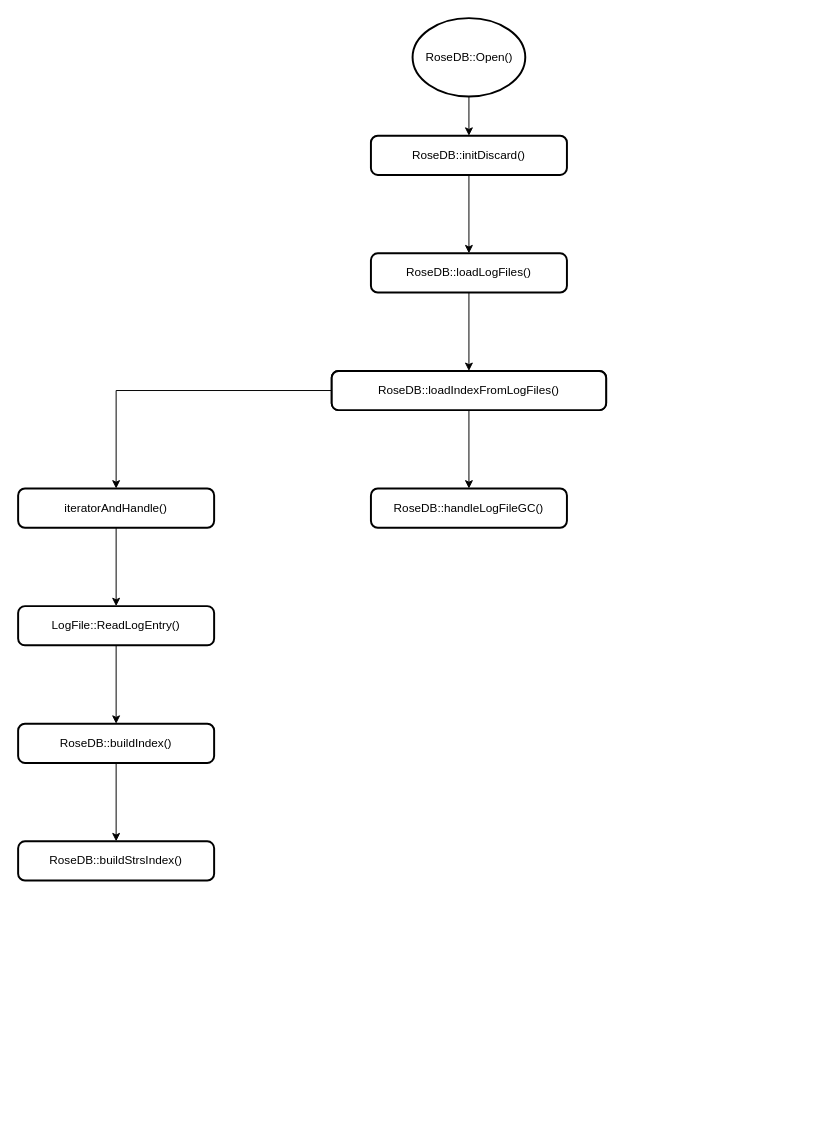
Above: leveldb/rosedb_start.drawio in zll600/pictures (draw.io), before the change. Source tidied: cells renumbered, new cells numbered last; positions are measured from the earlier drawing's top-left corner, leaving out a move shared by most shapes. Both pictures are drawn from the tidied source at 98%, with x=0, y=0 at pixel (18, 18).
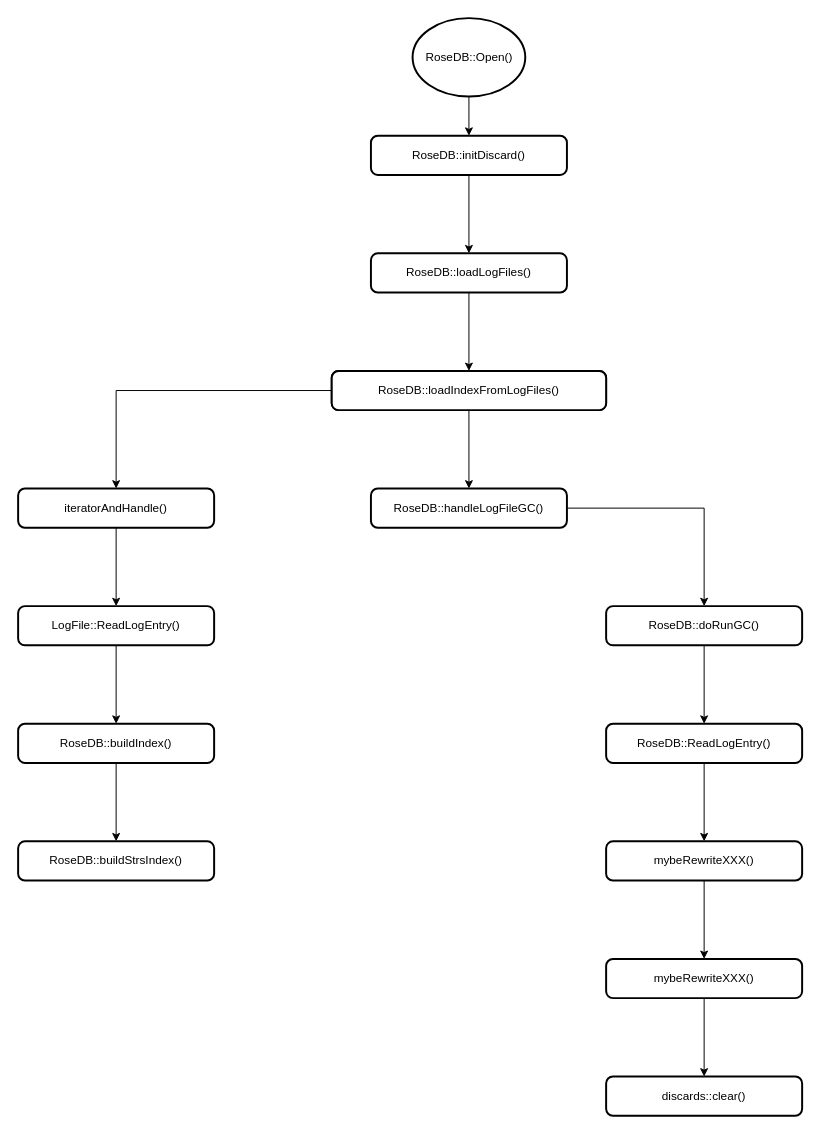
Above is the later version.

Unchanged cells that the change refers to:
```xml
<mxCell id="10" value="RoseDB::handleLogFileGC()" style="rounded=1;whiteSpace=wrap;html=1;absoluteArcSize=1;arcSize=14;strokeWidth=2;" parent="1" vertex="1">
  <mxGeometry x="360" y="480" width="200" height="40" as="geometry" />
</mxCell>
```

The edit, as a diff of the source:
```diff
@@
+    <mxCell id="20" style="edgeStyle=orthogonalEdgeStyle;rounded=0;jettySize=auto;html=1;" parent="1" edge="1" source="10" target="22">
+      <mxGeometry relative="1" as="geometry" />
+    </mxCell>
@@
+    <mxCell id="21" style="edgeStyle=orthogonalEdgeStyle;rounded=0;jettySize=auto;html=1;entryX=0.5;entryY=0;entryDx=0;entryDy=0;" parent="1" edge="1" source="22" target="24">
+      <mxGeometry relative="1" as="geometry" />
+    </mxCell>
+    <mxCell id="22" value="RoseDB::doRunGC()" style="rounded=1;whiteSpace=wrap;html=1;absoluteArcSize=1;arcSize=14;strokeWidth=2;" parent="1" vertex="1">
+      <mxGeometry x="600" y="600" width="200" height="40" as="geometry" />
+    </mxCell>
+    <mxCell id="23" style="edgeStyle=orthogonalEdgeStyle;rounded=0;jettySize=auto;html=1;entryX=0.5;entryY=0;entryDx=0;entryDy=0;" parent="1" edge="1" source="24" target="26">
+      <mxGeometry relative="1" as="geometry" />
+    </mxCell>
+    <mxCell id="24" value="RoseDB::ReadLogEntry()" style="rounded=1;whiteSpace=wrap;html=1;absoluteArcSize=1;arcSize=14;strokeWidth=2;" parent="1" vertex="1">
+      <mxGeometry x="600" y="720" width="200" height="40" as="geometry" />
+    </mxCell>
+    <mxCell id="25" style="edgeStyle=orthogonalEdgeStyle;rounded=0;jettySize=auto;html=1;entryX=0.5;entryY=0;entryDx=0;entryDy=0;" parent="1" edge="1" source="26" target="28">
+      <mxGeometry relative="1" as="geometry" />
+    </mxCell>
+    <mxCell id="26" value="mybeRewriteXXX()" style="rounded=1;whiteSpace=wrap;html=1;absoluteArcSize=1;arcSize=14;strokeWidth=2;" parent="1" vertex="1">
+      <mxGeometry x="600" y="840" width="200" height="40" as="geometry" />
+    </mxCell>
+    <mxCell id="27" style="edgeStyle=orthogonalEdgeStyle;rounded=0;jettySize=auto;html=1;entryX=0.5;entryY=0;entryDx=0;entryDy=0;" parent="1" edge="1" source="28" target="29">
+      <mxGeometry relative="1" as="geometry" />
+    </mxCell>
+    <mxCell id="28" value="mybeRewriteXXX()" style="rounded=1;whiteSpace=wrap;html=1;absoluteArcSize=1;arcSize=14;strokeWidth=2;" parent="1" vertex="1">
+      <mxGeometry x="600" y="960" width="200" height="40" as="geometry" />
+    </mxCell>
+    <mxCell id="29" value="discards::clear()" style="rounded=1;whiteSpace=wrap;html=1;absoluteArcSize=1;arcSize=14;strokeWidth=2;" parent="1" vertex="1">
+      <mxGeometry x="600" y="1080" width="200" height="40" as="geometry" />
+    </mxCell>
```
